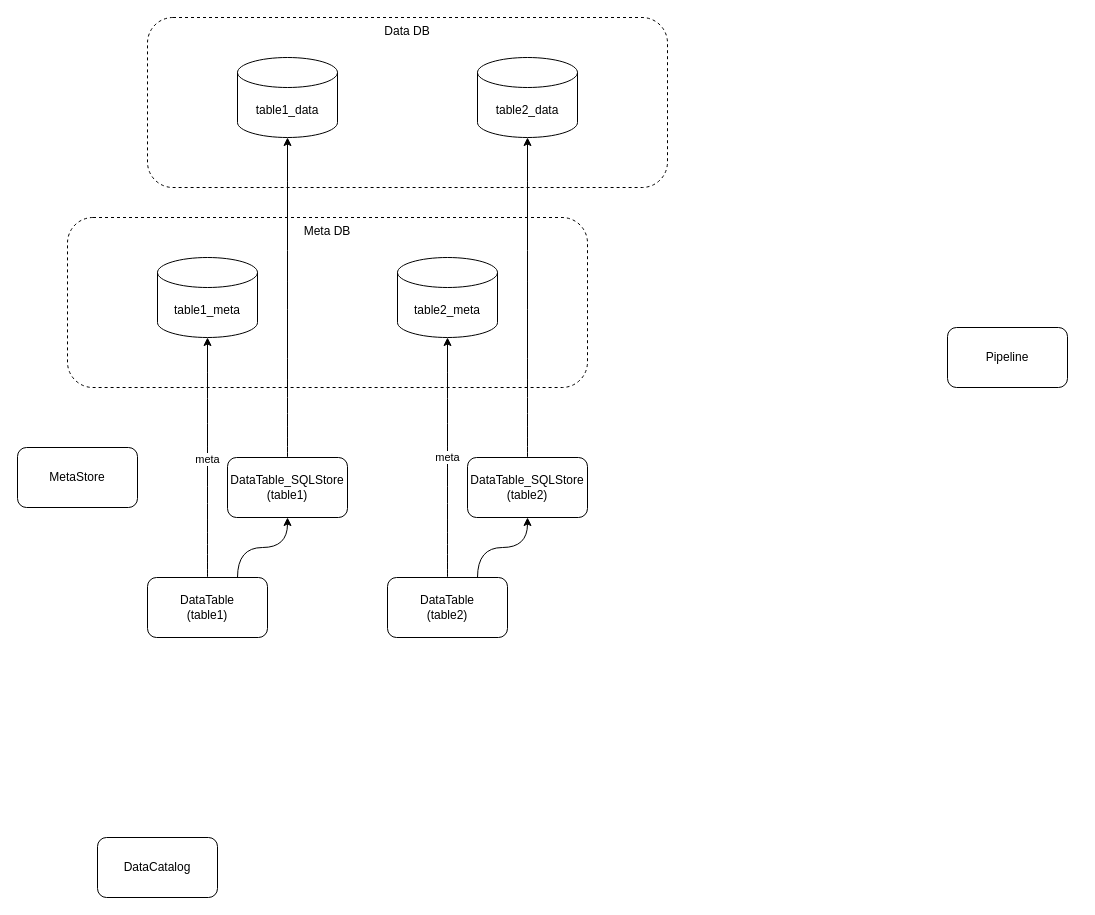
Earlier version of the draw.io diagram architecture.drawio (epoch8/datapipe). Source tidied: cells renumbered, new cells numbered last; positions are measured from the earlier drawing's top-left corner, leaving out a move shared by most shapes. Both pictures are drawn from the tidied source at 100%, with x=0, y=0 at pixel (17, 17).
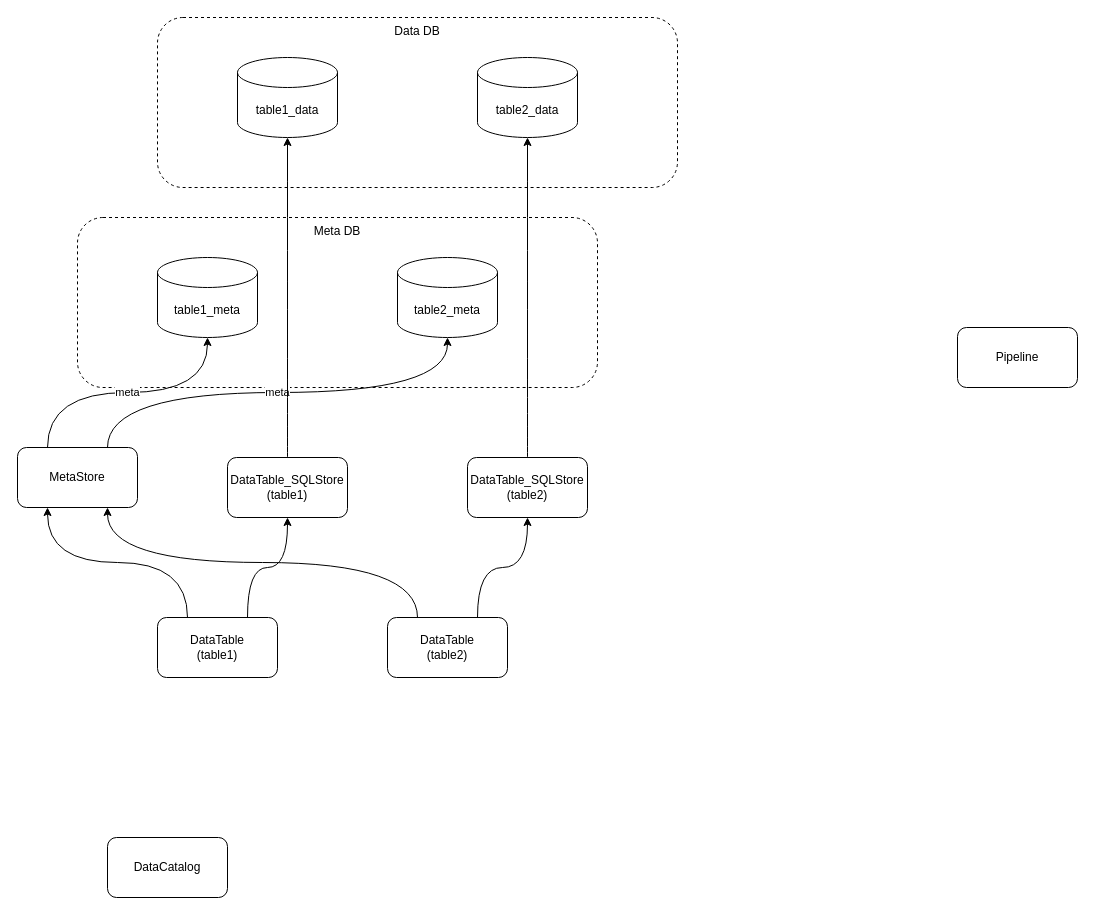
The same page after the edit.

Unchanged cells that the change refers to:
```xml
<mxCell id="5" value="MetaStore" style="whiteSpace=wrap;html=1;rounded=1;" parent="4" vertex="1">
  <mxGeometry y="430" width="120" height="60" as="geometry" />
</mxCell>
<mxCell id="12" value="table1_meta" style="shape=cylinder3;whiteSpace=wrap;html=1;boundedLbl=1;backgroundOutline=1;size=15;rounded=1;" parent="4" vertex="1">
  <mxGeometry x="140" y="240" width="100" height="80" as="geometry" />
</mxCell>
<mxCell id="14" value="table2_meta" style="shape=cylinder3;whiteSpace=wrap;html=1;boundedLbl=1;backgroundOutline=1;size=15;rounded=1;" parent="4" vertex="1">
  <mxGeometry x="380" y="240" width="100" height="80" as="geometry" />
</mxCell>
```

The edit, as a diff of the source:
```diff
@@
     <mxCell id="2" value="Meta DB" style="whiteSpace=wrap;html=1;align=center;verticalAlign=top;fillColor=none;dashed=1;rounded=1;" parent="1" vertex="1">
-      <mxGeometry x="50" y="200" width="520" height="170" as="geometry" />
+      <mxGeometry x="60" y="200" width="520" height="170" as="geometry" />
     </mxCell>
     <mxCell id="3" value="Data DB" style="whiteSpace=wrap;html=1;align=center;verticalAlign=top;fillColor=none;dashed=1;rounded=1;" parent="1" vertex="1">
-      <mxGeometry x="130" width="520" height="170" as="geometry" />
+      <mxGeometry x="140" width="520" height="170" as="geometry" />
     </mxCell>
@@
+    <mxCell id="23" style="edgeStyle=orthogonalEdgeStyle;curved=1;rounded=0;jettySize=auto;html=1;entryX=0.25;entryY=1;entryDx=0;entryDy=0;exitX=0.25;exitY=0;exitDx=0;exitDy=0;" parent="4" edge="1" source="7" target="5">
+      <mxGeometry relative="1" as="geometry" />
+    </mxCell>
     <mxCell id="7" value="DataTable&lt;br&gt;(table1)" style="whiteSpace=wrap;html=1;rounded=1;" parent="4" vertex="1">
-      <mxGeometry x="130" y="560" width="120" height="60" as="geometry" />
+      <mxGeometry x="140" y="600" width="120" height="60" as="geometry" />
     </mxCell>
     <mxCell id="8" value="DataCatalog" style="whiteSpace=wrap;html=1;rounded=1;" parent="4" vertex="1">
-      <mxGeometry x="80" y="820" width="120" height="60" as="geometry" />
+      <mxGeometry x="90" y="820" width="120" height="60" as="geometry" />
     </mxCell>
     <mxCell id="9" value="Pipeline" style="whiteSpace=wrap;html=1;rounded=1;" parent="4" vertex="1">
-      <mxGeometry x="930" y="310" width="120" height="60" as="geometry" />
+      <mxGeometry x="940" y="310" width="120" height="60" as="geometry" />
     </mxCell>
@@
+    <mxCell id="24" style="edgeStyle=orthogonalEdgeStyle;curved=1;rounded=0;jettySize=auto;html=1;entryX=0.75;entryY=1;entryDx=0;entryDy=0;exitX=0.25;exitY=0;exitDx=0;exitDy=0;" parent="4" edge="1" source="11" target="5">
+      <mxGeometry relative="1" as="geometry" />
+    </mxCell>
     <mxCell id="11" value="DataTable&lt;br&gt;(table2)" style="whiteSpace=wrap;html=1;rounded=1;" parent="4" vertex="1">
-      <mxGeometry x="370" y="560" width="120" height="60" as="geometry" />
+      <mxGeometry x="370" y="600" width="120" height="60" as="geometry" />
     </mxCell>
@@
-    <mxCell id="15" value="meta" style="edgeStyle=orthogonalEdgeStyle;jettySize=auto;html=1;exitX=0.5;exitY=0;exitDx=0;exitDy=0;entryX=0.5;entryY=1;entryDx=0;entryDy=0;entryPerimeter=0;curved=1;" parent="4" edge="1" source="11" target="14">
+    <mxCell id="15" value="meta" style="edgeStyle=orthogonalEdgeStyle;jettySize=auto;html=1;exitX=0.75;exitY=0;exitDx=0;exitDy=0;entryX=0.5;entryY=1;entryDx=0;entryDy=0;entryPerimeter=0;curved=1;" parent="4" edge="1" source="5" target="14">
       <mxGeometry relative="1" as="geometry" />
     </mxCell>
-    <mxCell id="16" style="edgeStyle=orthogonalEdgeStyle;jettySize=auto;html=1;entryX=0.5;entryY=1;entryDx=0;entryDy=0;entryPerimeter=0;curved=1;" parent="4" edge="1" source="7" target="12">
+    <mxCell id="16" style="edgeStyle=orthogonalEdgeStyle;jettySize=auto;html=1;entryX=0.5;entryY=1;entryDx=0;entryDy=0;entryPerimeter=0;curved=1;exitX=0.25;exitY=0;exitDx=0;exitDy=0;" parent="4" edge="1" source="5" target="12">
       <mxGeometry relative="1" as="geometry" />
     </mxCell>
```
